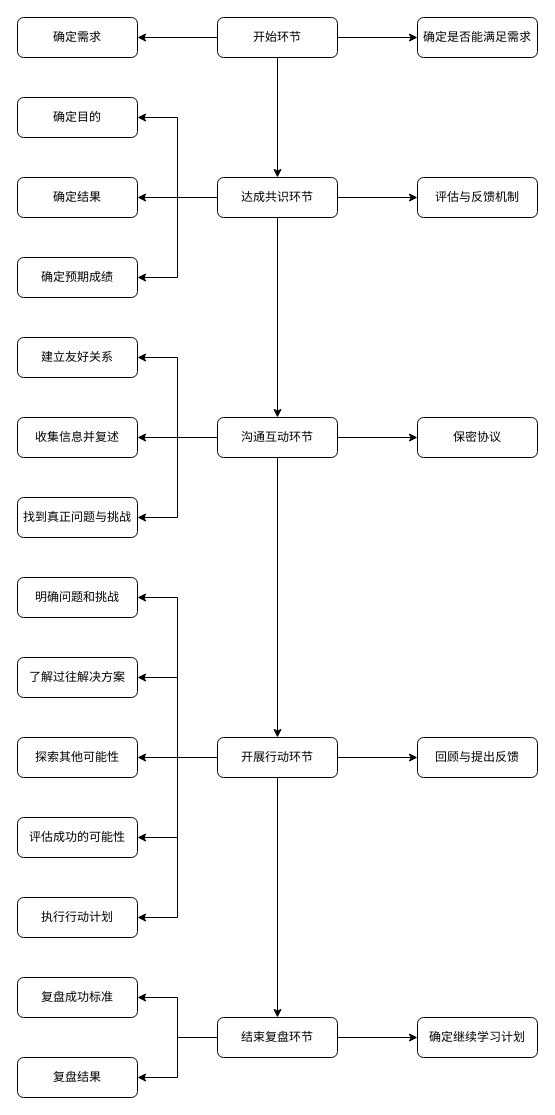
This is page "咨询框架" (1 of 2) of Coach.drawio from youyusan/relationship, a draw.io file, before an edit. Source tidied: cells renumbered, new cells numbered last; positions are measured from the earlier drawing's top-left corner, leaving out a move shared by most shapes. Both pictures are drawn from the tidied source at 100%, with x=0, y=0 at pixel (17, 17).
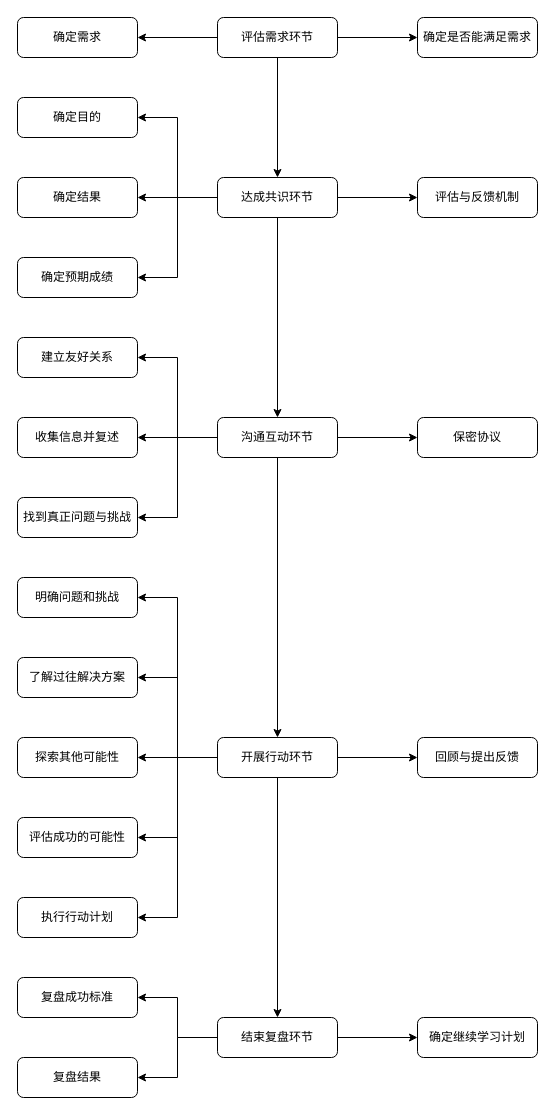
The same page after the edit.

The edit, as a diff of the source:
```diff
@@
-    <mxCell id="5" value="开始环节" style="rounded=1;whiteSpace=wrap;html=1;" parent="1" vertex="1">
+    <mxCell id="5" value="评估需求环节" style="rounded=1;whiteSpace=wrap;html=1;" parent="1" vertex="1">
       <mxGeometry x="200" width="120" height="40" as="geometry" />
     </mxCell>
```
